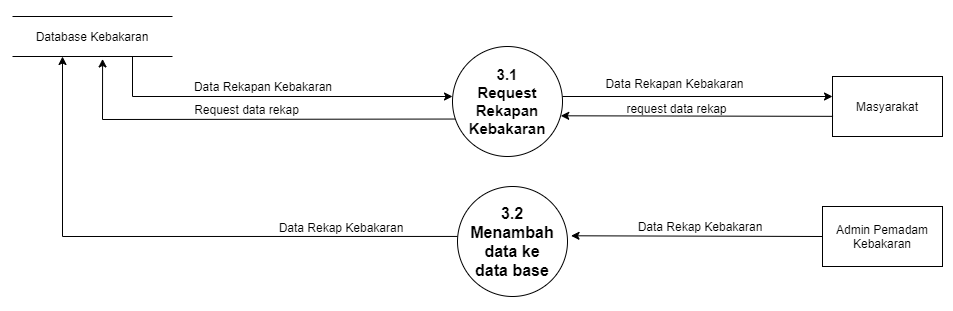
inoyamanaka/MDPL keeps this draw.io diagram as Data Flow Diagram (DFD)/Diagram level 2 proses 3.png. Above is the earlier version. Source tidied: cells renumbered, new cells last; positions are measured from the earlier drawing's top-left corner, leaving out a move shared by most shapes.
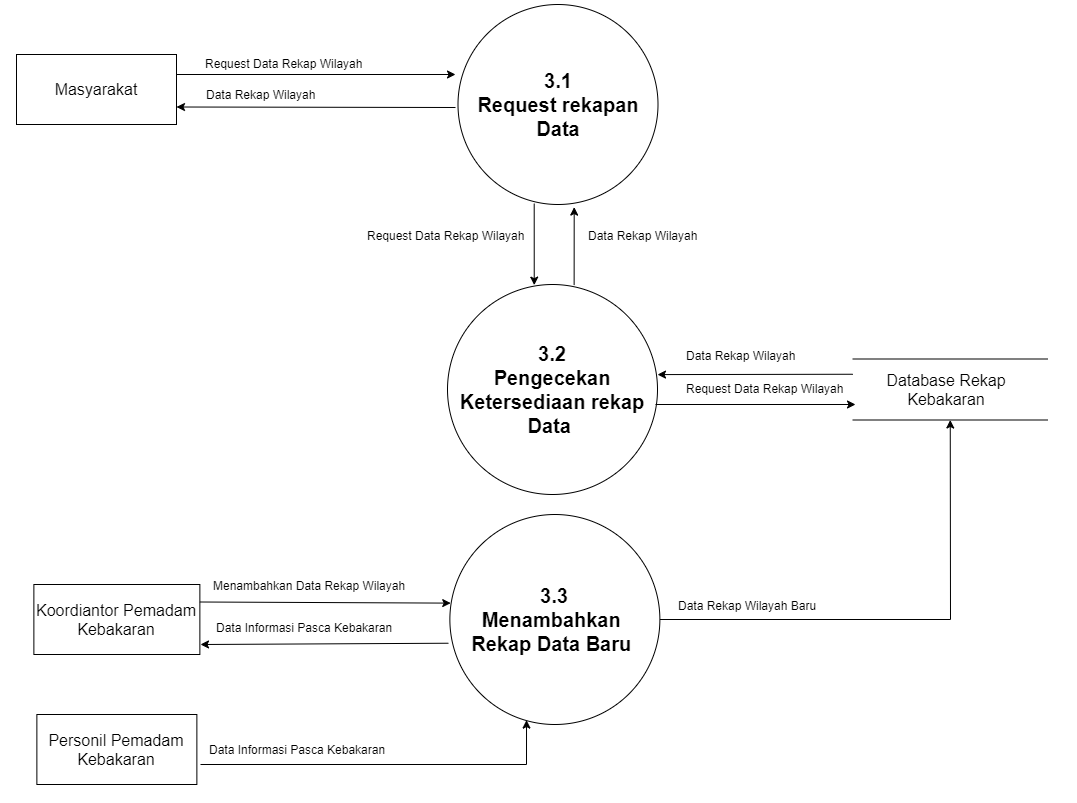
After the commit.

Diff of the diagram source:
```diff
@@ -1,84 +1,121 @@
 <mxGraphModel>
   <root>
-    <mxCell id="0" />
-    <mxCell id="1" parent="0" />
-    <mxCell id="2" style="verticalLabelPosition=bottom;verticalAlign=top;html=1;shape=mxgraph.flowchart.on-page_reference;fontSize=13;strokeWidth=1;" parent="1" vertex="1">
-      <mxGeometry x="1123" y="360" width="60" height="60" as="geometry" />
-    </mxCell>
-    <mxCell id="3" style="verticalLabelPosition=bottom;verticalAlign=top;html=1;shape=mxgraph.flowchart.on-page_reference;fontSize=13;strokeWidth=1;" parent="1" vertex="1">
-      <mxGeometry width="60" height="60" as="geometry" />
-    </mxCell>
-    <mxCell id="4" value="&lt;div&gt;&lt;b style=&quot;font-size: 15px&quot;&gt;3.1&lt;/b&gt;&lt;/div&gt;&lt;font style=&quot;font-size: 15px&quot;&gt;&lt;div&gt;&lt;b&gt;Request Rekapan Kebakaran&lt;/b&gt;&lt;/div&gt;&lt;/font&gt;" style="ellipse;whiteSpace=wrap;html=1;fontSize=8;align=center;" parent="1" vertex="1">
-      <mxGeometry x="573" y="100" width="110" height="110" as="geometry" />
-    </mxCell>
+    <mxCell id="22" />
+    <mxCell id="23" parent="22" />
+    <mxCell id="24" style="ellipse;whiteSpace=wrap;html=1;" parent="23" vertex="1">
+      <mxGeometry x="1416" y="-60" width="80" height="80" as="geometry" />
+    </mxCell>
+    <mxCell id="25" style="ellipse;whiteSpace=wrap;html=1;" parent="23" vertex="1">
+      <mxGeometry x="703" y="360" width="80" height="80" as="geometry" />
+    </mxCell>
+    <mxCell id="26" style="ellipse;whiteSpace=wrap;html=1;" parent="23" vertex="1">
+      <mxGeometry x="1483" y="950" width="80" height="80" as="geometry" />
+    </mxCell>
+    <mxCell id="27" style="ellipse;whiteSpace=wrap;html=1;" parent="23" vertex="1">
+      <mxGeometry x="2153" y="320" width="80" height="80" as="geometry" />
+    </mxCell>
+    <mxCell id="28" value="&lt;b style=&quot;font-size: 20px&quot;&gt;3.1&lt;br&gt;Request rekapan Data&lt;br&gt;&lt;/b&gt;" style="ellipse;whiteSpace=wrap;html=1;" parent="23" vertex="1">
+      <mxGeometry x="1394.5" y="80" width="200" height="200" as="geometry" />
+    </mxCell>
+    <mxCell id="29" value="&lt;span style=&quot;font-size: 16px&quot;&gt;Koordiantor Pemadam Kebakaran&lt;/span&gt;" style="rounded=0;whiteSpace=wrap;html=1;" parent="23" vertex="1">
+      <mxGeometry x="970.4" y="660" width="166" height="70" as="geometry" />
+    </mxCell>
+    <mxCell id="30" style="shape=partialRectangle;whiteSpace=wrap;html=1;left=0;right=0;fillColor=none;fontSize=8;" parent="23" vertex="1">
+      <mxGeometry x="1789.2" y="434.5" width="195" height="61" as="geometry" />
+    </mxCell>
+    <mxCell id="31" value="&lt;font style=&quot;font-size: 16px&quot;&gt;Database Rekap Kebakaran&lt;/font&gt;" style="text;html=1;strokeColor=none;fillColor=none;align=center;verticalAlign=middle;whiteSpace=wrap;rounded=0;fontSize=16;" parent="23" vertex="1">
+      <mxGeometry x="1794.2" y="452.5" width="178" height="25" as="geometry" />
+    </mxCell>
+    <mxCell id="32" style="endArrow=classic;html=1;rounded=0;" parent="23" edge="1">
+      <mxGeometry relative="1" as="geometry">
+        <mxPoint x="1112" y="150" as="sourcePoint" />
+        <mxPoint x="1392" y="150" as="targetPoint" />
+      </mxGeometry>
+    </mxCell>
+    <mxCell id="33" value="&lt;b style=&quot;font-size: 20px&quot;&gt;3.2&lt;br&gt;Pengecekan Ketersediaan rekap Data&amp;nbsp;&lt;br&gt;&lt;/b&gt;" style="ellipse;whiteSpace=wrap;html=1;" parent="23" vertex="1">
+      <mxGeometry x="1384" y="360" width="210" height="210" as="geometry" />
+    </mxCell>
+    <mxCell id="34" style="endArrow=classic;html=1;rounded=0;" parent="23" edge="1">
+      <mxGeometry relative="1" as="geometry">
+        <mxPoint x="1592" y="480" as="sourcePoint" />
+        <mxPoint x="1792" y="480" as="targetPoint" />
+      </mxGeometry>
+    </mxCell>
+    <mxCell id="35" style="endArrow=classic;html=1;rounded=0;exitX=0;exitY=0.25;exitDx=0;exitDy=0;entryX=1;entryY=0.429;entryDx=0;entryDy=0;entryPerimeter=0;" parent="23" edge="1" source="30" target="33">
+      <mxGeometry relative="1" as="geometry" />
+    </mxCell>
+    <mxCell id="36" style="endArrow=classic;html=1;rounded=0;entryX=0.5;entryY=1;entryDx=0;entryDy=0;" parent="23" edge="1" source="44" target="30">
+      <mxGeometry relative="1" as="geometry">
+        <Array as="points">
+          <mxPoint x="1887" y="695" />
+        </Array>
+      </mxGeometry>
+    </mxCell>
+    <mxCell id="37" style="endArrow=classic;html=1;rounded=0;entryX=1;entryY=0.75;entryDx=0;entryDy=0;" parent="23" edge="1" target="5">
+      <mxGeometry relative="1" as="geometry">
+        <mxPoint x="1392" y="183" as="sourcePoint" />
+      </mxGeometry>
+    </mxCell>
+    <mxCell id="38" style="endArrow=classic;html=1;rounded=0;exitX=0.381;exitY=0.995;exitDx=0;exitDy=0;exitPerimeter=0;entryX=0.413;entryY=0.003;entryDx=0;entryDy=0;entryPerimeter=0;" parent="23" edge="1" source="28" target="33">
+      <mxGeometry relative="1" as="geometry" />
+    </mxCell>
-    <mxCell id="5" value="Masyarakat" style="rounded=0;whiteSpace=wrap;html=1;" parent="1" vertex="1">
-      <mxGeometry x="953" y="130" width="110" height="60" as="geometry" />
+    <mxCell id="5" value="&lt;span style=&quot;font-size: 16px&quot;&gt;Masyarakat&lt;/span&gt;" style="rounded=0;whiteSpace=wrap;html=1;" parent="23" vertex="1">
+      <mxGeometry x="953" y="130" width="160" height="70" as="geometry" />
     </mxCell>
-    <mxCell id="6" style="endArrow=classic;html=1;rounded=0;" parent="1" edge="1">
-      <mxGeometry relative="1" as="geometry">
-        <mxPoint x="683" y="150" as="sourcePoint" />
-        <mxPoint x="953" y="150" as="targetPoint" />
-      </mxGeometry>
-    </mxCell>
-    <mxCell id="7" value="Database Kebakaran" style="text;html=1;strokeColor=none;fillColor=none;align=center;verticalAlign=middle;whiteSpace=wrap;rounded=0;" parent="1" vertex="1">
-      <mxGeometry x="148" y="75" width="130" height="30" as="geometry" />
-    </mxCell>
-    <mxCell id="8" style="shape=partialRectangle;whiteSpace=wrap;html=1;left=0;right=0;fillColor=none;fontSize=8;" parent="1" vertex="1">
-      <mxGeometry x="133" y="70" width="160" height="40" as="geometry" />
-    </mxCell>
-    <mxCell id="9" style="endArrow=classic;html=1;rounded=0;exitX=0.75;exitY=1;exitDx=0;exitDy=0;" parent="1" edge="1" source="8">
-      <mxGeometry relative="1" as="geometry">
-        <mxPoint x="573" y="150" as="targetPoint" />
-        <Array as="points">
-          <mxPoint x="253" y="150" />
-        </Array>
-      </mxGeometry>
-    </mxCell>
-    <mxCell id="10" value="&lt;div&gt;&lt;b style=&quot;font-size: 16px&quot;&gt;3.2&lt;/b&gt;&lt;/div&gt;&lt;font style=&quot;font-size: 16px&quot;&gt;&lt;div&gt;&lt;b&gt;Menambah data ke&lt;/b&gt;&lt;/div&gt;&lt;b&gt;&lt;div&gt;&lt;b&gt;data base&lt;/b&gt;&lt;/div&gt;&lt;/b&gt;&lt;/font&gt;" style="ellipse;whiteSpace=wrap;html=1;fontSize=8;align=center;" parent="1" vertex="1">
-      <mxGeometry x="578" y="240" width="110" height="110" as="geometry" />
-    </mxCell>
-    <mxCell id="11" value="Data Rekapan Kebakaran" style="text;html=1;strokeColor=none;fillColor=none;align=center;verticalAlign=middle;whiteSpace=wrap;rounded=0;" parent="1" vertex="1">
-      <mxGeometry x="723" y="127" width="145" height="20" as="geometry" />
-    </mxCell>
-    <mxCell id="12" value="Data Rekapan Kebakaran" style="text;html=1;strokeColor=none;fillColor=none;align=center;verticalAlign=middle;whiteSpace=wrap;rounded=0;" parent="1" vertex="1">
-      <mxGeometry x="299" y="130" width="170" height="20" as="geometry" />
-    </mxCell>
-    <mxCell id="13" style="endArrow=classic;html=1;rounded=0;exitX=0;exitY=0.454;exitDx=0;exitDy=0;exitPerimeter=0;" parent="1" edge="1" source="10">
-      <mxGeometry relative="1" as="geometry">
-        <mxPoint x="183" y="110" as="targetPoint" />
-        <Array as="points">
-          <mxPoint x="183" y="290" />
-        </Array>
-      </mxGeometry>
-    </mxCell>
-    <mxCell id="14" value="Admin Pemadam Kebakaran" style="rounded=0;whiteSpace=wrap;html=1;align=center;" parent="1" vertex="1">
-      <mxGeometry x="943" y="260" width="120" height="60" as="geometry" />
-    </mxCell>
-    <mxCell id="15" style="endArrow=classic;html=1;rounded=0;exitX=0;exitY=0.5;exitDx=0;exitDy=0;entryX=1.032;entryY=0.448;entryDx=0;entryDy=0;entryPerimeter=0;" parent="1" edge="1" source="14" target="10">
-      <mxGeometry relative="1" as="geometry" />
-    </mxCell>
-    <mxCell id="16" value="Data Rekap Kebakaran" style="text;html=1;strokeColor=none;fillColor=none;align=center;verticalAlign=middle;whiteSpace=wrap;rounded=0;" parent="1" vertex="1">
-      <mxGeometry x="751" y="265" width="140" height="30" as="geometry" />
-    </mxCell>
-    <mxCell id="17" value="Data Rekap Kebakaran" style="text;html=1;strokeColor=none;fillColor=none;align=center;verticalAlign=middle;whiteSpace=wrap;rounded=0;" parent="1" vertex="1">
-      <mxGeometry x="392" y="266" width="140" height="30" as="geometry" />
-    </mxCell>
-    <mxCell id="18" value="request data rekap" style="text;html=1;strokeColor=none;fillColor=none;align=center;verticalAlign=middle;whiteSpace=wrap;rounded=0;" parent="1" vertex="1">
-      <mxGeometry x="725" y="152" width="145" height="20" as="geometry" />
-    </mxCell>
-    <mxCell id="19" style="endArrow=classic;html=1;rounded=0;fontSize=15;entryX=0.984;entryY=0.63;entryDx=0;entryDy=0;entryPerimeter=0;exitX=0.005;exitY=0.664;exitDx=0;exitDy=0;exitPerimeter=0;" parent="1" edge="1" source="5" target="4">
-      <mxGeometry relative="1" as="geometry" />
-    </mxCell>
-    <mxCell id="20" style="endArrow=classic;html=1;rounded=0;fontSize=15;exitX=0.005;exitY=0.664;exitDx=0;exitDy=0;exitPerimeter=0;entryX=0.563;entryY=1.061;entryDx=0;entryDy=0;entryPerimeter=0;" parent="1" edge="1" target="8">
-      <mxGeometry relative="1" as="geometry">
-        <mxPoint x="575.3" y="172.5" as="sourcePoint" />
-        <Array as="points">
-          <mxPoint x="223" y="173" />
-        </Array>
-      </mxGeometry>
-    </mxCell>
-    <mxCell id="21" value="Request data rekap" style="text;html=1;strokeColor=none;fillColor=none;align=center;verticalAlign=middle;whiteSpace=wrap;rounded=0;" parent="1" vertex="1">
-      <mxGeometry x="295" y="153" width="145" height="20" as="geometry" />
-    </mxCell>
+    <mxCell id="39" value="Request Data Rekap Wilayah" style="text;html=1;strokeColor=none;fillColor=none;align=left;verticalAlign=middle;whiteSpace=wrap;rounded=0;" parent="23" vertex="1">
+      <mxGeometry x="1140" y="128" width="162" height="22" as="geometry" />
+    </mxCell>
+    <mxCell id="40" value="Data Rekap Wilayah" style="text;html=1;strokeColor=none;fillColor=none;align=left;verticalAlign=middle;whiteSpace=wrap;rounded=0;" parent="23" vertex="1">
+      <mxGeometry x="1621.2" y="420" width="162" height="22" as="geometry" />
+    </mxCell>
+    <mxCell id="41" style="endArrow=classic;html=1;fontFamily=Helvetica;fontSize=11;fontColor=rgba(0, 0, 0, 1);align=center;strokeColor=rgba(0, 0, 0, 1);exitX=1;exitY=0.25;exitDx=0;exitDy=0;entryX=0.004;entryY=0.422;entryDx=0;entryDy=0;entryPerimeter=0;" parent="23" edge="1" source="29" target="44">
+      <mxGeometry relative="1" as="geometry" />
+    </mxCell>
+    <mxCell id="42" value="Menambahkan Data Rekap Wilayah" style="text;html=1;strokeColor=none;fillColor=none;align=left;verticalAlign=middle;whiteSpace=wrap;rounded=0;" parent="23" vertex="1">
+      <mxGeometry x="1148" y="650" width="211" height="22" as="geometry" />
+    </mxCell>
+    <mxCell id="43" value="Data Rekap Wilayah Baru" style="text;html=1;strokeColor=none;fillColor=none;align=left;verticalAlign=middle;whiteSpace=wrap;rounded=0;" parent="23" vertex="1">
+      <mxGeometry x="1613.1" y="670" width="211" height="22" as="geometry" />
+    </mxCell>
+    <mxCell id="44" value="&lt;b style=&quot;font-size: 20px&quot;&gt;3.3&lt;br&gt;Menambahkan &lt;br&gt;Rekap Data Baru&amp;nbsp;&lt;br&gt;&lt;/b&gt;" style="ellipse;whiteSpace=wrap;html=1;" parent="23" vertex="1">
+      <mxGeometry x="1386.4" y="590" width="210" height="210" as="geometry" />
+    </mxCell>
+    <mxCell id="45" style="endArrow=classic;html=1;rounded=0;entryX=0.581;entryY=1.013;entryDx=0;entryDy=0;entryPerimeter=0;exitX=0.603;exitY=0.003;exitDx=0;exitDy=0;exitPerimeter=0;" parent="23" edge="1" source="33" target="28">
+      <mxGeometry relative="1" as="geometry" />
+    </mxCell>
+    <mxCell id="46" value="Data Rekap Wilayah" style="text;html=1;strokeColor=none;fillColor=none;align=left;verticalAlign=middle;whiteSpace=wrap;rounded=0;" parent="23" vertex="1">
+      <mxGeometry x="1523" y="300" width="129" height="22" as="geometry" />
+    </mxCell>
+    <mxCell id="47" value="Request Data Rekap Wilayah" style="text;html=1;strokeColor=none;fillColor=none;align=left;verticalAlign=middle;whiteSpace=wrap;rounded=0;" parent="23" vertex="1">
+      <mxGeometry x="1302" y="300" width="162" height="22" as="geometry" />
+    </mxCell>
+    <mxCell id="48" value="Data Rekap Wilayah" style="text;html=1;strokeColor=none;fillColor=none;align=left;verticalAlign=middle;whiteSpace=wrap;rounded=0;" parent="23" vertex="1">
+      <mxGeometry x="1140.9" y="159" width="162" height="22" as="geometry" />
+    </mxCell>
+    <mxCell id="49" value="Request Data Rekap Wilayah" style="text;html=1;strokeColor=none;fillColor=none;align=left;verticalAlign=middle;whiteSpace=wrap;rounded=0;" parent="23" vertex="1">
+      <mxGeometry x="1621.2" y="452.5" width="162" height="22" as="geometry" />
+    </mxCell>
+    <mxCell id="50" value="&lt;font style=&quot;font-size: 16px&quot;&gt;Personil Pemadam Kebakaran&lt;/font&gt;" style="rounded=0;whiteSpace=wrap;html=1;" parent="23" vertex="1">
+      <mxGeometry x="973.4" y="790" width="160" height="70" as="geometry" />
+    </mxCell>
+    <mxCell id="51" style="endArrow=classic;html=1;rounded=0;fontSize=16;entryX=0.365;entryY=0.979;entryDx=0;entryDy=0;entryPerimeter=0;" parent="23" edge="1" target="44">
+      <mxGeometry relative="1" as="geometry">
+        <mxPoint x="1137" y="840" as="sourcePoint" />
+        <Array as="points">
+          <mxPoint x="1463" y="840" />
+        </Array>
+      </mxGeometry>
+    </mxCell>
+    <mxCell id="52" value="Data Informasi Pasca Kebakaran" style="text;html=1;strokeColor=none;fillColor=none;align=left;verticalAlign=middle;whiteSpace=wrap;rounded=0;" parent="23" vertex="1">
+      <mxGeometry x="1143.5" y="814" width="211" height="22" as="geometry" />
+    </mxCell>
+    <mxCell id="53" style="endArrow=classic;html=1;rounded=0;fontSize=16;exitX=-0.007;exitY=0.613;exitDx=0;exitDy=0;exitPerimeter=0;" parent="23" edge="1" source="44">
+      <mxGeometry relative="1" as="geometry">
+        <mxPoint x="1137" y="720" as="targetPoint" />
+      </mxGeometry>
+    </mxCell>
+    <mxCell id="54" value="Data Informasi Pasca Kebakaran" style="text;html=1;strokeColor=none;fillColor=none;align=left;verticalAlign=middle;whiteSpace=wrap;rounded=0;" parent="23" vertex="1">
+      <mxGeometry x="1150.5" y="692" width="211" height="22" as="geometry" />
+    </mxCell>
   </root>
 </mxGraphModel>
```
